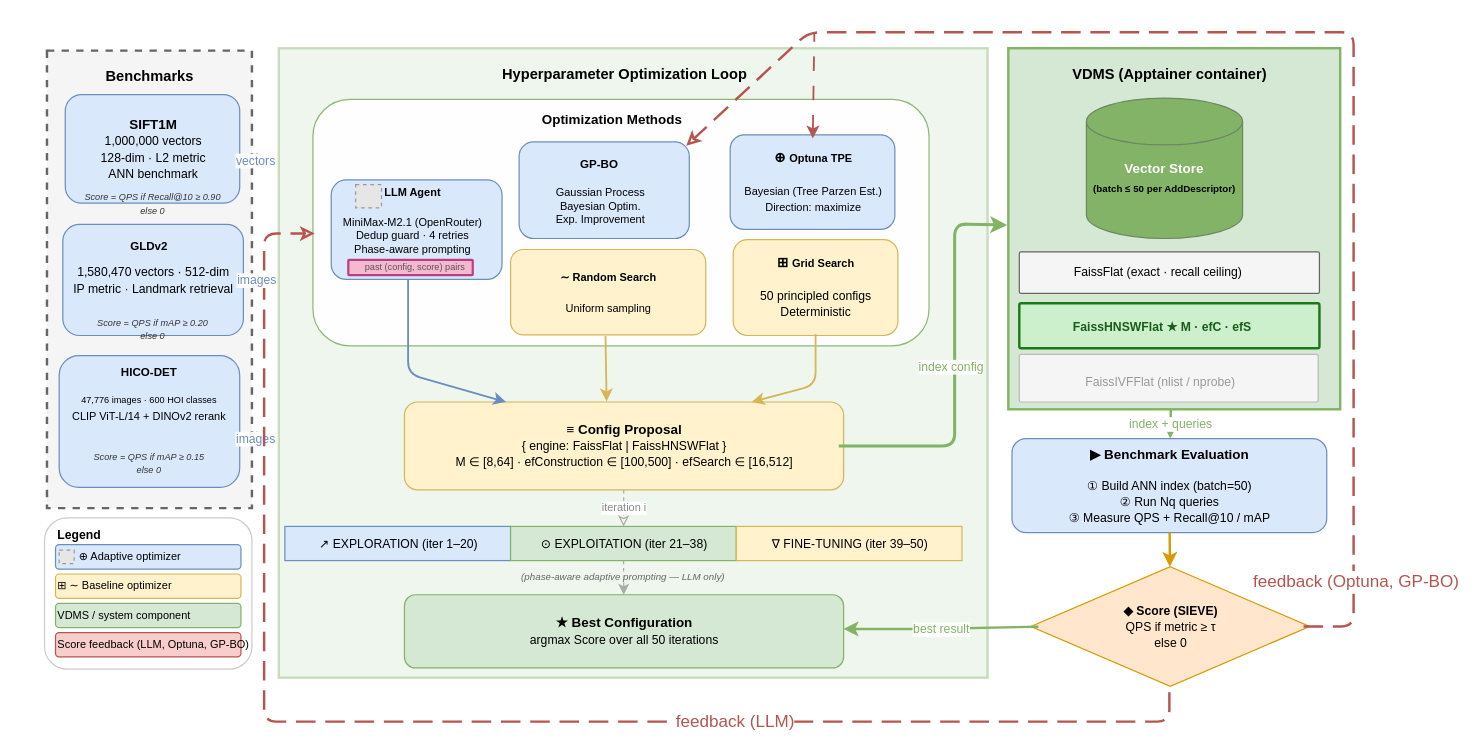
shahrzadesmat/Agentic_VDMS keeps this draw.io diagram as figures/workflow_figure2.drawio. Above is the earlier version. Source tidied: cells renumbered, new cells numbered last; positions are measured from the earlier drawing's top-left corner, leaving out a move shared by most shapes. Both pictures are drawn from the tidied source at 122%, with x=0, y=0 at pixel (27, 32). Pictures stored in the file or linked from it are replaced by grey dashed boxes.
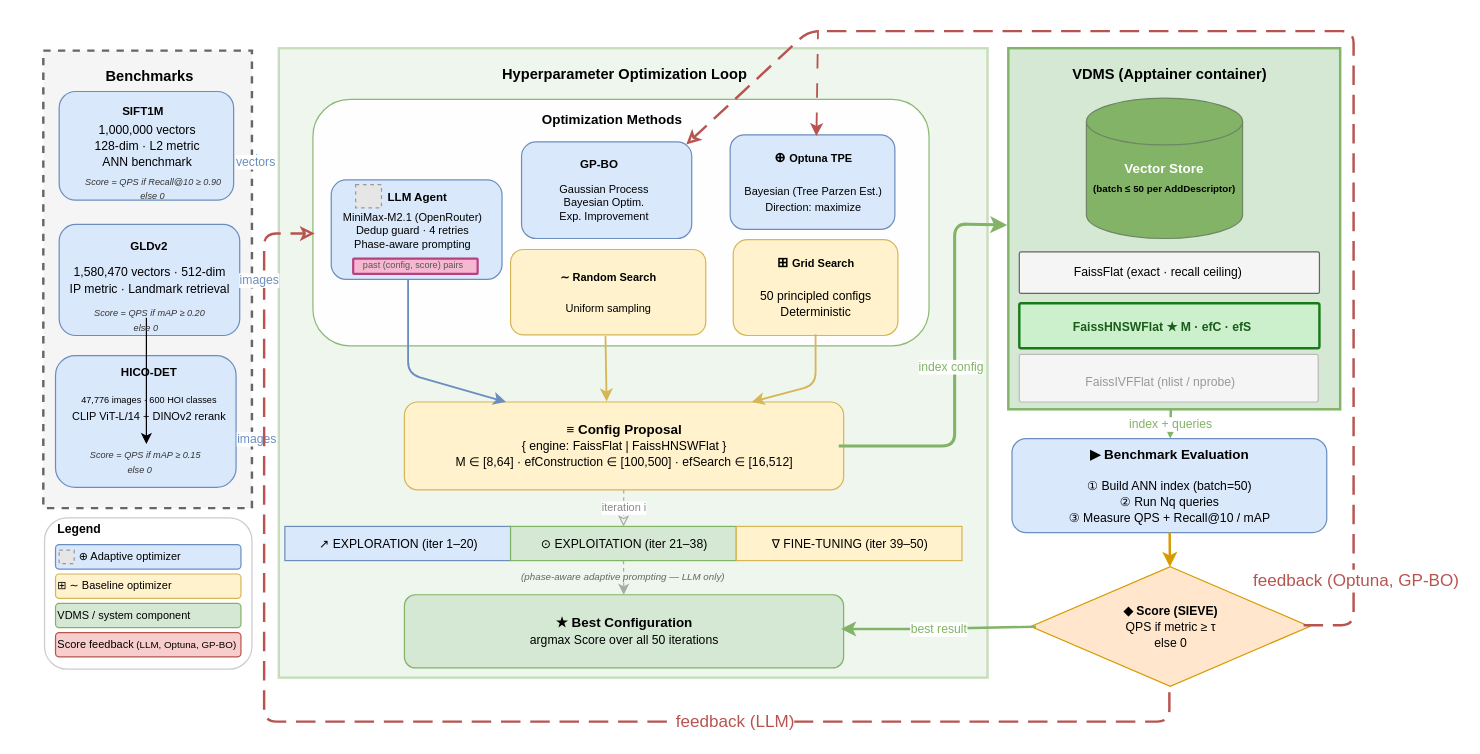
The same diagram, later.

The edit, as a diff of the source:
```diff
@@
     <mxCell id="2" style="rounded=2;whiteSpace=wrap;html=1;fillColor=#f5f5f5;strokeColor=#666666;dashed=1;strokeWidth=2;" parent="1" vertex="1">
-      <mxGeometry x="16" y="15" width="168" height="375" as="geometry" />
+      <mxGeometry x="13" y="15" width="171" height="375" as="geometry" />
     </mxCell>
@@
-    <mxCell id="4" value="&lt;b&gt;SIFT1M&lt;/b&gt;&lt;br&gt;&lt;font style=&quot;font-size:10px;&quot;&gt;1,000,000 vectors&lt;br&gt;128-dim · L2 metric&lt;br&gt;ANN benchmark&lt;/font&gt;" style="rounded=1;html=1;fillColor=#dae8fc;strokeColor=#6c8ebf;fontSize=11;align=center;" parent="1" vertex="1">
-      <mxGeometry x="31" y="51" width="143" height="89" as="geometry" />
+    <mxCell id="4" value="&lt;font style=&quot;font-size:10px;&quot;&gt;1,000,000 vectors&lt;br&gt;128-dim · L2 metric&lt;br&gt;ANN benchmark&lt;/font&gt;" style="rounded=1;html=1;fillColor=#dae8fc;strokeColor=#6c8ebf;fontSize=11;align=center;" parent="1" vertex="1">
+      <mxGeometry x="26" y="48.5" width="143" height="89" as="geometry" />
     </mxCell>
     <mxCell id="5" style="rounded=1;html=1;fillColor=#dae8fc;strokeColor=#6c8ebf;fontSize=11;align=center;" parent="1" vertex="1">
-      <mxGeometry x="26" y="265" width="148" height="108" as="geometry" />
+      <mxGeometry x="23" y="265" width="148" height="108" as="geometry" />
     </mxCell>
@@
-    <mxCell id="24" value="vectors" style="html=1;strokeColor=#6c8ebf;strokeWidth=2;fontSize=10;fontColor=#6c8ebf;              exitX=1;exitY=0.5;exitDx=0;exitDy=0;              endArrow=block;endFill=1;" parent="1" edge="1" source="4">
+    <mxCell id="24" value="&lt;font&gt;vectors&lt;/font&gt;" style="html=1;strokeColor=#6c8ebf;strokeWidth=2;fontSize=10;fontColor=#6c8ebf;              exitX=1;exitY=0.5;exitDx=0;exitDy=0;              endArrow=block;endFill=1;" parent="1" edge="1">
       <mxGeometry relative="1" as="geometry">
-        <mxPoint x="199" y="106" as="targetPoint" />
+        <mxPoint x="174" y="104.3" as="sourcePoint" />
+        <mxPoint x="199" y="107" as="targetPoint" />
       </mxGeometry>
     </mxCell>
-    <mxCell id="25" value="images" style="html=1;strokeColor=#6c8ebf;strokeWidth=2;fontSize=10;fontColor=#6c8ebf;              exitX=1;exitY=0.5;exitDx=0;exitDy=0;              endArrow=block;endFill=1;" parent="1" edge="1" source="5">
+    <mxCell id="25" value="images" style="html=1;strokeColor=#6c8ebf;strokeWidth=2;fontSize=10;fontColor=#6c8ebf;              exitX=1;exitY=0.5;exitDx=0;exitDy=0;              endArrow=block;endFill=1;" parent="1" edge="1">
       <mxGeometry relative="1" as="geometry">
-        <mxPoint x="199" y="335" as="targetPoint" />
+        <mxPoint x="174" y="330.6" as="sourcePoint" />
+        <mxPoint x="202" y="335" as="targetPoint" />
       </mxGeometry>
     </mxCell>
@@
     <mxCell id="32" value="&lt;span&gt;&lt;font&gt;best result&lt;/font&gt;&lt;/span&gt;" style="html=1;strokeColor=#82b366;strokeWidth=2;fontSize=10;fontColor=#82b366;              edgeStyle=orthogonalEdgeStyle;              exitX=0;exitY=0.5;exitDx=0;exitDy=0;              entryX=1;entryY=0.5;entryDx=0;entryDy=0;              endArrow=block;endFill=1;" parent="1" edge="1">
       <mxGeometry relative="1" as="geometry">
-        <mxPoint x="828.6" y="487.2" as="sourcePoint" />
-        <mxPoint x="669" y="489" as="targetPoint" />
+        <mxPoint x="826.6" y="487.2" as="sourcePoint" />
+        <mxPoint x="667" y="489" as="targetPoint" />
         <Array as="points">
-          <mxPoint x="737" y="489" />
+          <mxPoint x="735" y="489" />
         </Array>
       </mxGeometry>
     </mxCell>
@@
     <mxCell id="36" value="&lt;font style=&quot;font-size: 14px;&quot;&gt;&amp;nbsp;feedback (Optuna, GP-BO)&lt;/font&gt;" style="html=1;dashed=1;dashPattern=8 4;strokeColor=#b85450;strokeWidth=2;              fontSize=10;fontColor=#b85450;              edgeStyle=orthogonalEdgeStyle;              exitX=1;exitY=0.5;exitDx=0;exitDy=0;              entryX=0.5;entryY=0.25;entryDx=0;entryDy=0;              endArrow=open;endFill=0;startArrow=none;exitX=1;entryX=1;" parent="1" edge="1">
       <mxGeometry x="-0.86" relative="1" as="geometry">
-        <mxPoint x="1046" y="487" as="sourcePoint" />
-        <mxPoint x="540" y="93" as="targetPoint" />
+        <mxPoint x="1046" y="486" as="sourcePoint" />
+        <mxPoint x="540" y="92" as="targetPoint" />
         <Array as="points">
-          <mxPoint x="1087" y="487" />
-          <mxPoint x="1087" />
-          <mxPoint x="873" />
-          <mxPoint x="759" />
-          <mxPoint x="640" />
+          <mxPoint x="1087" y="486" />
+          <mxPoint x="1087" y="-1" />
+          <mxPoint x="873" y="-1" />
+          <mxPoint x="759" y="-1" />
+          <mxPoint x="640" y="-1" />
         </Array>
       </mxGeometry>
     </mxCell>
@@
     <mxCell id="38" value="&lt;b&gt;Legend&lt;/b&gt;" style="text;html=1;align=left;fontStyle=1;fontSize=10;strokeColor=none;fillColor=none;" parent="1" vertex="1">
-      <mxGeometry x="23" y="400" width="152" height="18" as="geometry" />
+      <mxGeometry x="23" y="395" width="152" height="18" as="geometry" />
     </mxCell>
@@
-    <mxCell id="42" value="Score feedback (LLM, Optuna, GP-BO)" style="rounded=1;html=1;fillColor=#f8cecc;strokeColor=#b85450;fontSize=9;align=left;" parent="1" vertex="1">
+    <mxCell id="42" value="Score feedback&lt;font style=&quot;font-size: 8px;&quot;&gt; (LLM, Optuna, GP-BO)&lt;/font&gt;" style="rounded=1;html=1;fillColor=#f8cecc;strokeColor=#b85450;fontSize=9;align=left;" parent="1" vertex="1">
       <mxGeometry x="23" y="492" width="152" height="20" as="geometry" />
     </mxCell>
@@
     <mxCell id="51" style="rounded=1;html=1;fillColor=#dae8fc;strokeColor=#6c8ebf;fontSize=11;align=center;" parent="1" vertex="1">
-      <mxGeometry x="403" y="89.8" width="139.5" height="79.2" as="geometry" />
+      <mxGeometry x="405" y="89.8" width="139.5" height="79.2" as="geometry" />
     </mxCell>
     <mxCell id="52" value="&lt;font style=&quot;font-size: 9px;&quot;&gt;Gaussian Process&lt;/font&gt;&lt;div&gt;&lt;font style=&quot;font-size: 9px;&quot;&gt;Bayesian Optim.&lt;/font&gt;&lt;div&gt;&lt;font style=&quot;font-size: 9px;&quot;&gt;Exp. Improvement&lt;/font&gt;&lt;/div&gt;&lt;/div&gt;" style="text;html=1;strokeColor=none;fillColor=none;align=center;verticalAlign=center;fontSize=8;fontColor=#000000;fontStyle=0;whiteSpace=wrap;" parent="1" vertex="1">
-      <mxGeometry x="393" y="121" width="154" height="30" as="geometry" />
+      <mxGeometry x="396" y="118" width="154" height="30" as="geometry" />
     </mxCell>
@@
-    <mxCell id="55" value="&lt;div style=&quot;forced-color-adjust: none; font-family: Helvetica; font-size: 11px; font-style: normal; font-variant-ligatures: normal; font-variant-caps: normal; font-weight: 400; letter-spacing: normal; orphans: 2; text-align: center; text-indent: 0px; text-transform: none; widows: 2; word-spacing: 0px; -webkit-text-stroke-width: 0px; white-space: nowrap; text-decoration-thickness: initial; text-decoration-style: initial; text-decoration-color: initial;&quot;&gt;&lt;b style=&quot;forced-color-adjust: none;&quot;&gt;&lt;font style=&quot;forced-color-adjust: none; font-size: 9px;&quot;&gt;LLM Agent&lt;/font&gt;&lt;/b&gt;&lt;/div&gt;&lt;div style=&quot;forced-color-adjust: none; font-family: Helvetica; font-size: 11px; font-style: normal; font-variant-ligatures: normal; font-variant-caps: normal; font-weight: 400; letter-spacing: normal; orphans: 2; text-align: center; text-indent: 0px; text-transform: none; widows: 2; word-spacing: 0px; -webkit-text-stroke-width: 0px; white-space: nowrap; text-decoration-thickness: initial; text-decoration-style: initial; text-decoration-color: initial;&quot;&gt;&lt;b style=&quot;forced-color-adjust: none;&quot;&gt;&lt;font style=&quot;forced-color-adjust: none; font-size: 9px;&quot;&gt;&lt;br&gt;&lt;/font&gt;&lt;/b&gt;&lt;/div&gt;&lt;font style=&quot;forced-color-adjust: none; font-family: Helvetica; font-style: normal; font-variant-ligatures: normal; font-variant-caps: normal; font-weight: 400; letter-spacing: normal; orphans: 2; text-align: center; text-indent: 0px; text-transform: none; widows: 2; word-spacing: 0px; -webkit-text-stroke-width: 0px; white-space: nowrap; text-decoration-thickness: initial; text-decoration-style: initial; text-decoration-color: initial; font-size: 9px;&quot;&gt;&lt;div style=&quot;forced-color-adjust: none;&quot;&gt;&lt;span style=&quot;forced-color-adjust: none;&quot;&gt;MiniMax-M2.1 (OpenRouter)&lt;/span&gt;&lt;/div&gt;&lt;div style=&quot;forced-color-adjust: none;&quot;&gt;&lt;span style=&quot;forced-color-adjust: none;&quot;&gt;Dedup guard · 4 retries&lt;/span&gt;&lt;/div&gt;&lt;div style=&quot;forced-color-adjust: none;&quot;&gt;&lt;span style=&quot;forced-color-adjust: none;&quot;&gt;Phase-aware prompting&lt;/span&gt;&lt;/div&gt;&lt;/font&gt;" style="text;whiteSpace=wrap;html=1;labelBackgroundColor=none;fontColor=default;" parent="1" vertex="1">
-      <mxGeometry x="257" y="118" width="142" height="67" as="geometry" />
+    <mxCell id="55" value="&lt;div style=&quot;forced-color-adjust: none; font-family: Helvetica; font-size: 11px; font-style: normal; font-variant-ligatures: normal; font-variant-caps: normal; font-weight: 400; letter-spacing: normal; orphans: 2; text-align: center; text-indent: 0px; text-transform: none; widows: 2; word-spacing: 0px; -webkit-text-stroke-width: 0px; white-space: nowrap; text-decoration-thickness: initial; text-decoration-style: initial; text-decoration-color: initial;&quot;&gt;&lt;span style=&quot;font-size: 9px; background-color: transparent; color: light-dark(rgb(0, 0, 0), rgb(255, 255, 255));&quot;&gt;MiniMax-M2.1 (OpenRouter)&lt;/span&gt;&lt;/div&gt;&lt;font style=&quot;forced-color-adjust: none; font-family: Helvetica; font-style: normal; font-variant-ligatures: normal; font-variant-caps: normal; font-weight: 400; letter-spacing: normal; orphans: 2; text-align: center; text-indent: 0px; text-transform: none; widows: 2; word-spacing: 0px; -webkit-text-stroke-width: 0px; white-space: nowrap; text-decoration-thickness: initial; text-decoration-style: initial; text-decoration-color: initial; font-size: 9px;&quot;&gt;&lt;div style=&quot;forced-color-adjust: none;&quot;&gt;&lt;span style=&quot;forced-color-adjust: none;&quot;&gt;Dedup guard · 4 retries&lt;/span&gt;&lt;/div&gt;&lt;div style=&quot;forced-color-adjust: none;&quot;&gt;&lt;span style=&quot;forced-color-adjust: none;&quot;&gt;Phase-aware prompting&lt;/span&gt;&lt;/div&gt;&lt;/font&gt;" style="text;whiteSpace=wrap;html=1;labelBackgroundColor=none;fontColor=default;" parent="1" vertex="1">
+      <mxGeometry x="257.3" y="137.5" width="121" height="44" as="geometry" />
     </mxCell>
     <mxCell id="56" style="rounded=1;arcSize=5;fillColor=#f5b8d0;strokeColor=#b84080;strokeWidth=1.8;html=1;fontSize=9;align=center;verticalAlign=middle;fontColor=#000000;fontStyle=0;" parent="1" vertex="1">
-      <mxGeometry x="263" y="186.5" width="102" height="12.5" as="geometry" />
+      <mxGeometry x="267" y="185.5" width="102" height="12.5" as="geometry" />
     </mxCell>
     <mxCell id="57" value="past (config, score) pairs" style="text;html=1;strokeColor=none;fillColor=none;align=center;verticalAlign=center;fontSize=7.5;fontColor=#555555;fontStyle=0;whiteSpace=wrap;" parent="1" vertex="1">
-      <mxGeometry x="256" y="170.5" width="123.6" height="29.5" as="geometry" />
+      <mxGeometry x="264" y="183" width="105" height="2" as="geometry" />
     </mxCell>
@@
     <mxCell id="59" value="&lt;font style=&quot;font-size:10px;&quot;&gt;1,580,470 vectors · 512-dim&lt;br&gt;IP metric · Landmark retrieval&lt;/font&gt;" style="rounded=1;html=1;fillColor=#dae8fc;strokeColor=#6c8ebf;fontSize=11;align=center;" parent="1" vertex="1">
-      <mxGeometry x="29" y="157.5" width="148" height="91" as="geometry" />
+      <mxGeometry x="26" y="157.5" width="148" height="91" as="geometry" />
     </mxCell>
     <mxCell id="60" value="else  0" style="text;html=1;strokeColor=none;fillColor=none;align=center;verticalAlign=center;fontSize=7.5;fontColor=#333333;fontStyle=2;whiteSpace=wrap;" parent="1" vertex="1">
-      <mxGeometry x="3" y="128" width="200" height="22" as="geometry" />
+      <mxGeometry x="2.5" y="115.5" width="200" height="22" as="geometry" />
     </mxCell>
     <mxCell id="61" value="Score = QPS  if  Recall@10 ≥ 0.90" style="text;html=1;strokeColor=none;fillColor=none;align=center;verticalAlign=center;fontSize=7.5;fontColor=#333333;fontStyle=2;whiteSpace=wrap;" parent="1" vertex="1">
-      <mxGeometry x="3" y="117" width="200" height="22" as="geometry" />
+      <mxGeometry x="43.5" y="110.8" width="119" height="10.2" as="geometry" />
     </mxCell>
@@
     <mxCell id="65" value="Score = QPS  if  mAP ≥ 0.15" style="text;html=1;strokeColor=none;fillColor=none;align=center;verticalAlign=center;fontSize=7.5;fontColor=#333333;fontStyle=2;whiteSpace=wrap;" parent="1" vertex="1">
-      <mxGeometry y="330" width="200" height="22" as="geometry" />
+      <mxGeometry x="50" y="337.5" width="94" height="3" as="geometry" />
     </mxCell>
     <mxCell id="66" value="else  0" style="text;html=1;strokeColor=none;fillColor=none;align=center;verticalAlign=center;fontSize=7.5;fontColor=#333333;fontStyle=2;whiteSpace=wrap;" parent="1" vertex="1">
-      <mxGeometry y="341" width="200" height="22" as="geometry" />
+      <mxGeometry x="73" y="350" width="39" height="4" as="geometry" />
     </mxCell>
@@
     <mxCell id="68" value="Score = QPS  if  mAP ≥ 0.20" style="text;html=1;strokeColor=none;fillColor=none;align=center;verticalAlign=center;fontSize=7.5;fontColor=#333333;fontStyle=2;whiteSpace=wrap;" parent="1" vertex="1">
-      <mxGeometry x="3" y="220" width="200" height="22" as="geometry" />
+      <mxGeometry x="38.3" y="220" width="125" height="5" as="geometry" />
     </mxCell>
+    <mxCell id="72" style="edgeStyle=orthogonalEdgeStyle;rounded=0;jettySize=auto;html=1;" parent="1" edge="1" source="69" target="65">
+      <mxGeometry relative="1" as="geometry" />
+    </mxCell>
     <mxCell id="69" value="else  0" style="text;html=1;strokeColor=none;fillColor=none;align=center;verticalAlign=center;fontSize=7.5;fontColor=#333333;fontStyle=2;whiteSpace=wrap;" parent="1" vertex="1">
-      <mxGeometry x="3" y="231" width="200" height="22" as="geometry" />
+      <mxGeometry x="74" y="234" width="47" as="geometry" />
     </mxCell>
-    <mxCell id="70" value="images" style="html=1;strokeColor=#6c8ebf;strokeWidth=2;fontSize=10;fontColor=#6c8ebf;exitX=1;exitY=0.5;exitDx=0;exitDy=0;endArrow=block;endFill=1;" parent="1" edge="1" source="59">
+    <mxCell id="70" value="&lt;span&gt;images&lt;/span&gt;" style="html=1;strokeColor=#6c8ebf;strokeWidth=2;fontSize=10;fontColor=#6c8ebf;exitX=1;exitY=0.5;exitDx=0;exitDy=0;endArrow=block;endFill=1;" parent="1" edge="1">
       <mxGeometry relative="1" as="geometry">
-        <mxPoint x="199" y="203" as="targetPoint" />
+        <mxPoint x="179" y="203" as="sourcePoint" />
+        <mxPoint x="201" y="203" as="targetPoint" />
       </mxGeometry>
     </mxCell>
     <mxCell id="71" style="endArrow=none;endFill=0;startArrow=classic;strokeColor=#b85450;strokeWidth=1.5;html=1;edgeStyle=none;dashed=1;dashPattern=8 8;exitX=0.77;exitY=0.956;exitDx=0;exitDy=0;exitPerimeter=0;startFill=1;" parent="1" edge="1">
       <mxGeometry relative="1" as="geometry">
-        <mxPoint x="643.7" y="87" as="sourcePoint" />
-        <mxPoint x="645" as="targetPoint" />
+        <mxPoint x="646.7" y="85" as="sourcePoint" />
+        <mxPoint x="648" y="-2" as="targetPoint" />
       </mxGeometry>
     </mxCell>
+    <mxCell id="73" value="&lt;b style=&quot;text-wrap-mode: nowrap;&quot;&gt;&lt;font&gt;SIFT1M&lt;/font&gt;&lt;/b&gt;" style="text;html=1;strokeColor=none;fillColor=none;align=center;verticalAlign=center;fontSize=9.5;fontColor=#000000;fontStyle=0;whiteSpace=wrap;" parent="1" vertex="1">
+      <mxGeometry x="-5" y="45" width="200" height="24" as="geometry" />
+    </mxCell>
+    <mxCell id="74" value="&lt;b style=&quot;text-wrap-mode: nowrap;&quot;&gt;&lt;font&gt;LLM Agent&lt;/font&gt;&lt;/b&gt;" style="text;html=1;strokeColor=none;fillColor=none;align=center;verticalAlign=center;fontSize=9.5;fontColor=#000000;fontStyle=0;whiteSpace=wrap;" parent="1" vertex="1">
+      <mxGeometry x="288" y="126" width="64" height="4" as="geometry" />
+    </mxCell>
```
